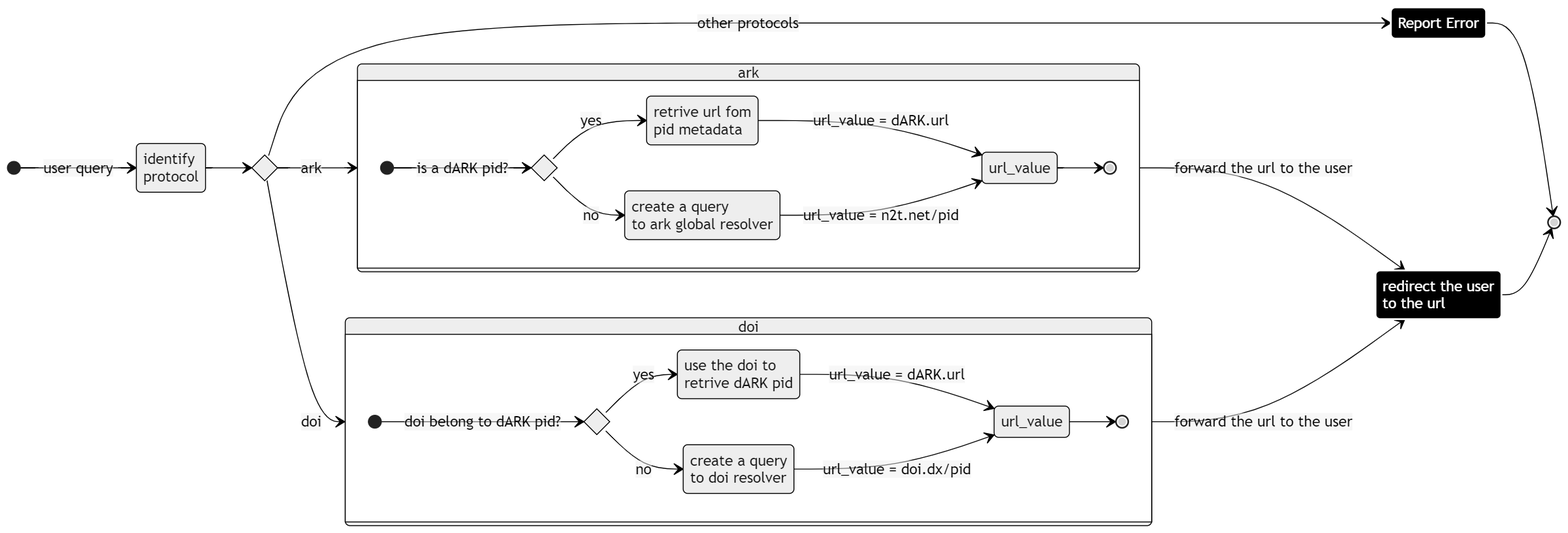
Before: docs/figures/resolver_overview.png, a diagram exported from Mermaid (dark-pid/dark-resolver). Its source is kept beside it as docs/diagrams/resolver_overview.mmd. Its diagram source:
```mermaid
    stateDiagram-v2
        direction LR

        classDef red fill:red,stroke:black,stroke-width:2px,color:#fff
        classDef black fill:black,stroke:white,stroke-width:2px,color:#fff


        state "identify\n  protocol" as ip1
        state if_prot <<choice>>
        state "Report Error" as error_state

        state "ark" as ark {
            direction LR

            state if_dark <<choice>>
            ark_a: retrive url fom \n pid metadata
            ark_b: create a query \nto ark global resolver
            ark_c: url_value


            [*] --> if_dark : is a dARK pid?
            if_dark --> ark_a: yes
            if_dark --> ark_b: no
            ark_a --> ark_c : url_value = dARK.url
            ark_b --> ark_c : url_value = n2t.net/pid
            ark_c --> [*]


        }

        state "doi" as doi {
            s2direction LR

            state if_doi <<choice>>
            doi_a: use the doi to\n retrive dARK pid
            doi_b: create a query \nto doi resolver
            doi_c: url_value


            [*] --> if_doi : doi belong to dARK pid?
            if_doi --> doi_a: yes
            if_doi --> doi_b: no
            doi_a --> doi_c : url_value = dARK.url
            doi_b --> doi_c : url_value = doi.dx/pid
            doi_c --> [*]
        }

        state "redirect the user\n to the url" as forward_user

        [*] --> ip1 : user query
        ip1 --> if_prot
        if_prot --> ark : ark
        if_prot --> doi : doi
        if_prot --> error_state : other protocols

        error_state --> [*]

        ark --> forward_user : forward the url to the user
        doi --> forward_user : forward the url to the user
        forward_user --> [*]



        class error_state as black
        class forward_user as black
```
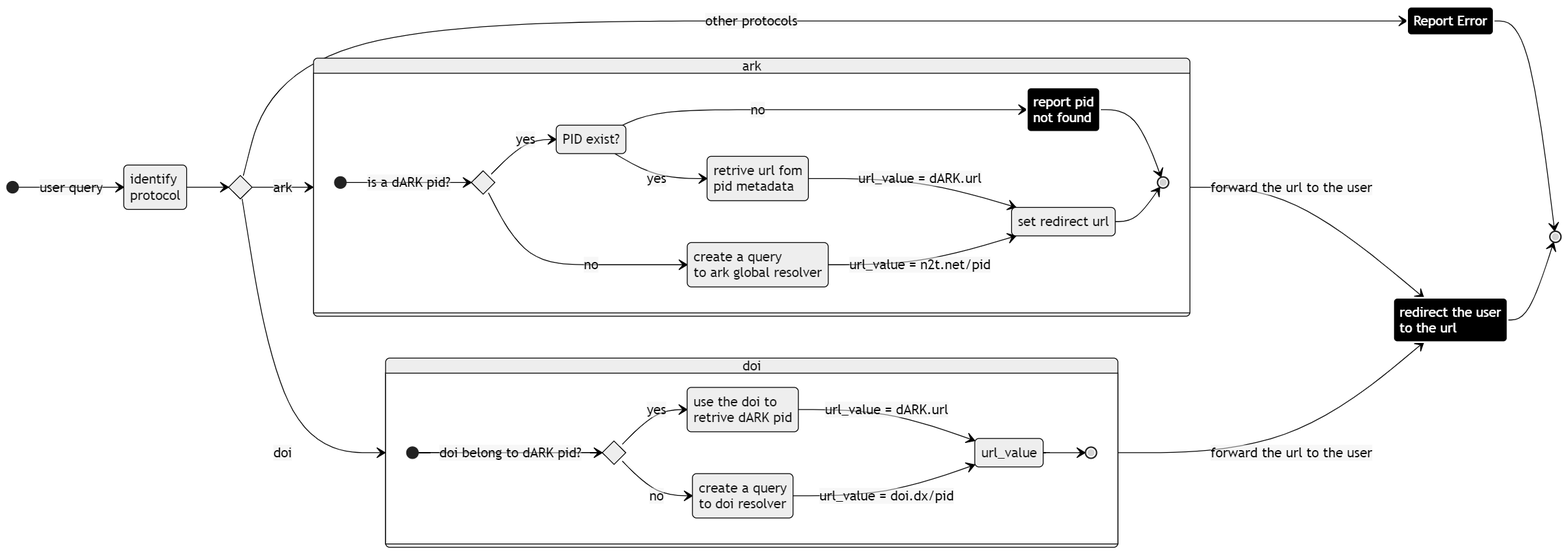
Later version of the same file.

What changed in the source:
```diff
@@ -13,18 +13,34 @@
             direction LR
 
             state if_dark <<choice>>
+
+
             ark_a: retrive url fom \n pid metadata
             ark_b: create a query \nto ark global resolver
-            ark_c: url_value
+            ark_c: set redirect url
+            dark_exist: PID exist?
+
+            error_dark_state: report pid\n not found
 
 
             [*] --> if_dark : is a dARK pid?
-            if_dark --> ark_a: yes
+            if_dark --> dark_exist : yes
+
+            dark_exist --> error_dark_state: no
+            dark_exist --> ark_a: yes
+
+
             if_dark --> ark_b: no
+
+
             ark_a --> ark_c : url_value = dARK.url
+
             ark_b --> ark_c : url_value = n2t.net/pid
+
+
             ark_c --> [*]
 
+            error_dark_state --> [*]
 
         }
 
@@ -63,3 +79,4 @@
 
         class error_state as black
         class forward_user as black
+        class error_dark_state as black
```
